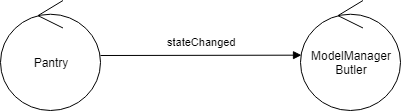
xAlessandroC/iss2019TemaFinale keeps this draw.io diagram as Docs/Analisi_Iniziale/zooming2/PantryModelButlerArchitecture.png. Above is the earlier version. Source tidied: cells renumbered, new cells last; positions are measured from the earlier drawing's top-left corner, leaving out a move shared by most shapes. Its diagram source:
```xml
<mxGraphModel>
  <root>
    <mxCell id="0" />
    <mxCell id="1" parent="0" />
    <mxCell id="2" value="robotCmd(X)" style="html=1;verticalAlign=bottom;endArrow=block;entryX=0.017;entryY=0.561;entryDx=0;entryDy=0;entryPerimeter=0;exitX=1.025;exitY=0.544;exitDx=0;exitDy=0;exitPerimeter=0;" parent="1" edge="1" target="x">
      <mxGeometry x="0.02" y="5" relative="1" as="geometry">
        <mxPoint x="322.5" y="69.8" as="sourcePoint" />
      </mxGeometry>
    </mxCell>
    <mxCell id="3" value="Pantry" style="ellipse;shape=umlControl;whiteSpace=wrap;html=1;" parent="1" vertex="1">
      <mxGeometry width="100" height="110" as="geometry" />
    </mxCell>
    <mxCell id="4" value="ModelManager&lt;br&gt;Butler" style="ellipse;shape=umlControl;whiteSpace=wrap;html=1;" parent="1" vertex="1">
      <mxGeometry x="300" width="100" height="110" as="geometry" />
    </mxCell>
    <mxCell id="5" value="stateChanged" style="html=1;verticalAlign=bottom;endArrow=block;entryX=0.01;entryY=0.497;entryDx=0;entryDy=0;entryPerimeter=0;" parent="1" edge="1" source="3" target="4">
      <mxGeometry x="0.02" y="5" relative="1" as="geometry" />
    </mxCell>
  </root>
</mxGraphModel>
```
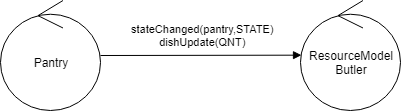
The same file after the commit.

What changed in the source:
```diff
@@ -2,18 +2,13 @@
   <root>
     <mxCell id="0" />
     <mxCell id="1" parent="0" />
-    <mxCell id="2" value="robotCmd(X)" style="html=1;verticalAlign=bottom;endArrow=block;entryX=0.017;entryY=0.561;entryDx=0;entryDy=0;entryPerimeter=0;exitX=1.025;exitY=0.544;exitDx=0;exitDy=0;exitPerimeter=0;" parent="1" edge="1" target="x">
-      <mxGeometry x="0.02" y="5" relative="1" as="geometry">
-        <mxPoint x="322.5" y="69.8" as="sourcePoint" />
-      </mxGeometry>
-    </mxCell>
     <mxCell id="3" value="Pantry" style="ellipse;shape=umlControl;whiteSpace=wrap;html=1;" parent="1" vertex="1">
       <mxGeometry width="100" height="110" as="geometry" />
     </mxCell>
-    <mxCell id="4" value="ModelManager&lt;br&gt;Butler" style="ellipse;shape=umlControl;whiteSpace=wrap;html=1;" parent="1" vertex="1">
+    <mxCell id="4" value="ResourceModel&lt;br&gt;Butler" style="ellipse;shape=umlControl;whiteSpace=wrap;html=1;" parent="1" vertex="1">
       <mxGeometry x="300" width="100" height="110" as="geometry" />
     </mxCell>
-    <mxCell id="5" value="stateChanged" style="html=1;verticalAlign=bottom;endArrow=block;entryX=0.01;entryY=0.497;entryDx=0;entryDy=0;entryPerimeter=0;" parent="1" edge="1" source="3" target="4">
+    <mxCell id="5" value="stateChanged(pantry,STATE)&lt;br&gt;dishUpdate(QNT)" style="html=1;verticalAlign=bottom;endArrow=block;entryX=0.01;entryY=0.497;entryDx=0;entryDy=0;entryPerimeter=0;" parent="1" edge="1" source="3" target="4">
       <mxGeometry x="0.02" y="5" relative="1" as="geometry" />
     </mxCell>
   </root>
```
